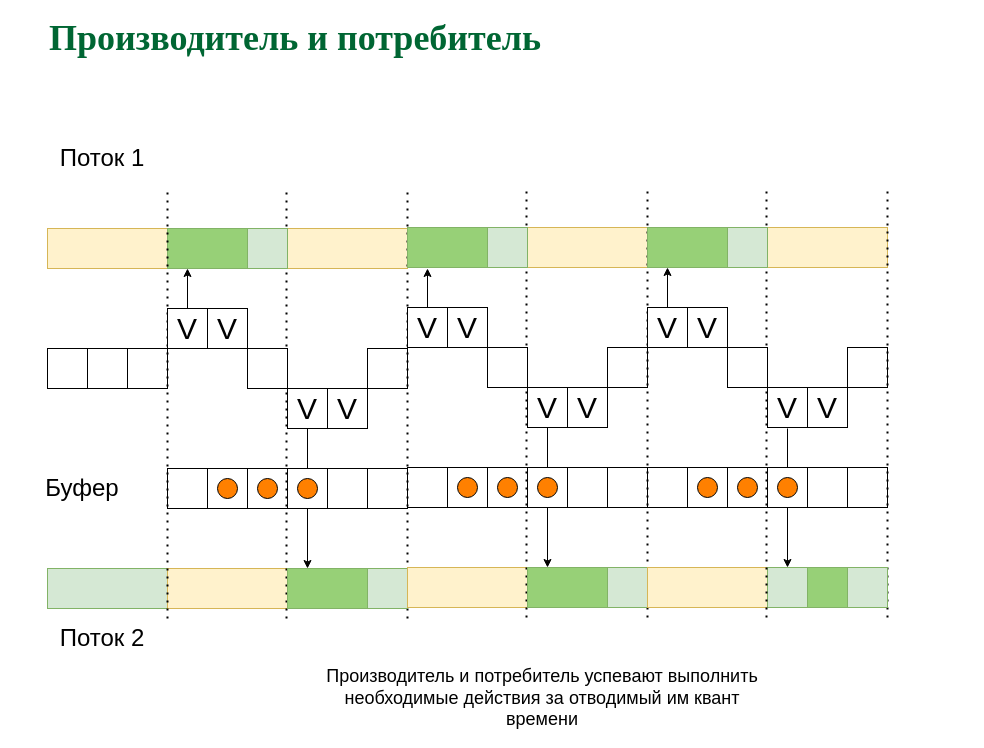
The draw.io diagram page "ProCon" (3 of 5) of sync.drawio in 77maxikov/os_course, before the edit. Source tidied: cells renumbered, new cells numbered last; positions are measured from the earlier drawing's top-left corner, leaving out a move shared by most shapes. Both pictures are drawn from the tidied source at 100%, with x=0, y=0 at pixel (17, 28).
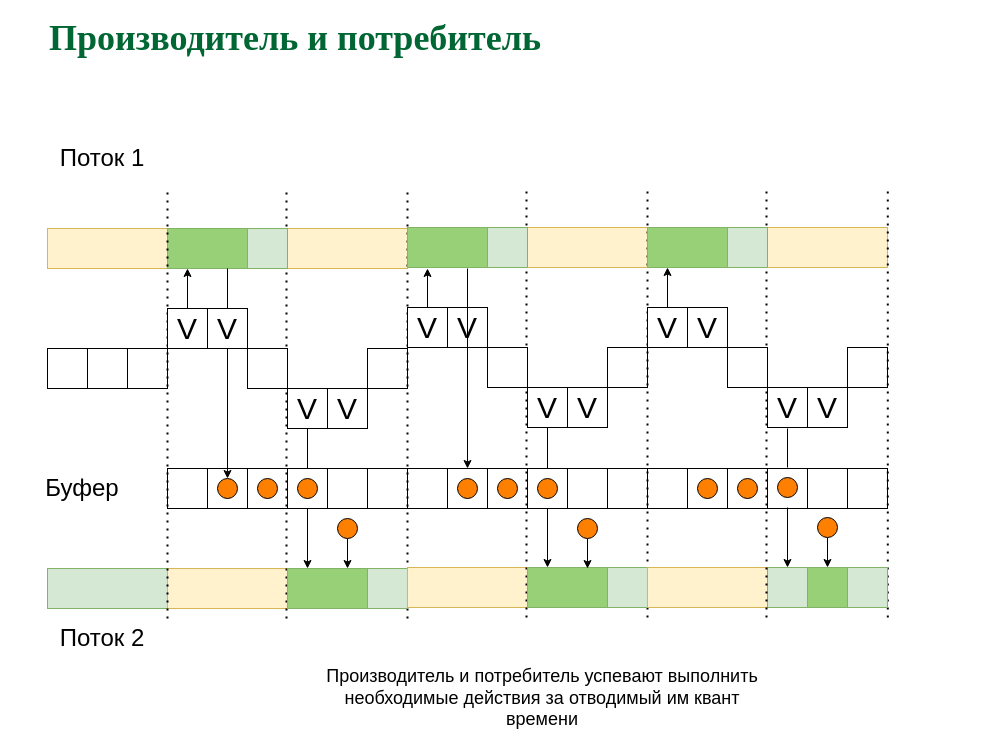
Above is the later version.

The change refers to these unchanged cells:
```xml
<mxCell id="4" style="rounded=0;whiteSpace=wrap;html=1;strokeColor=#82b366;fillColor=#97D077;" parent="1" vertex="1">
  <mxGeometry x="150" y="200" width="80" height="40" as="geometry" />
</mxCell>
<mxCell id="27" style="ellipse;whiteSpace=wrap;html=1;fontColor=#006633;fillColor=#FF8000;" parent="24" vertex="1">
  <mxGeometry x="10" y="10" width="20" height="20" as="geometry" />
</mxCell>
<mxCell id="37" style="rounded=0;whiteSpace=wrap;html=1;strokeColor=#82b366;fillColor=#97D077;" parent="1" vertex="1">
  <mxGeometry x="270" y="540" width="80" height="40" as="geometry" />
</mxCell>
<mxCell id="54" style="rounded=0;whiteSpace=wrap;html=1;fillColor=none;fontColor=#006633;" parent="53" vertex="1">
  <mxGeometry width="40" height="40" as="geometry" />
</mxCell>
```

The edit, as a diff of the source:
```diff
@@
+    <mxCell id="109" style="endArrow=classic;html=1;exitX=0.5;exitY=1;exitDx=0;exitDy=0;entryX=0.75;entryY=0;entryDx=0;entryDy=0;" parent="1" edge="1" source="111" target="37">
+      <mxGeometry relative="1" as="geometry" />
+    </mxCell>
@@
-    <mxCell id="5" value="&lt;font style=&quot;font-size: 30px&quot;&gt;V&lt;/font&gt;" style="whiteSpace=wrap;html=1;" parent="1" vertex="1">
-      <mxGeometry x="190" y="280" width="40" height="40" as="geometry" />
-    </mxCell>
@@
-    <mxCell id="36" style="rounded=0;whiteSpace=wrap;html=1;fillColor=none;fontColor=#006633;" parent="1" vertex="1">
+    <mxCell id="36" style="rounded=0;whiteSpace=wrap;html=1;fontColor=#006633;" parent="1" vertex="1">
       <mxGeometry x="310" y="440" width="40" height="40" as="geometry" />
     </mxCell>
@@
     <mxCell id="52" style="rounded=0;whiteSpace=wrap;html=1;fillColor=none;fontColor=#006633;" parent="1" vertex="1">
-      <mxGeometry x="390" y="439" width="40" height="40" as="geometry" />
+      <mxGeometry x="390" y="440" width="40" height="40" as="geometry" />
     </mxCell>
     <mxCell id="53" style="group;" parent="1" vertex="1">
-      <mxGeometry x="430" y="439" width="40" height="40" as="geometry" />
+      <mxGeometry x="430" y="440" width="40" height="40" as="geometry" />
     </mxCell>
@@
     <mxCell id="57" style="group;" parent="1" vertex="1">
-      <mxGeometry x="470" y="439" width="40" height="40" as="geometry" />
+      <mxGeometry x="470" y="440" width="40" height="40" as="geometry" />
     </mxCell>
@@
     <mxCell id="61" style="group;fillColor=#ffffff;" parent="1" vertex="1">
-      <mxGeometry x="510" y="439" width="40" height="40" as="geometry" />
+      <mxGeometry x="510" y="440" width="40" height="40" as="geometry" />
     </mxCell>
@@
-    <mxCell id="65" style="rounded=0;whiteSpace=wrap;html=1;fillColor=none;fontColor=#006633;" parent="1" vertex="1">
-      <mxGeometry x="550" y="439" width="40" height="40" as="geometry" />
-    </mxCell>
@@
-    <mxCell id="68" style="rounded=0;whiteSpace=wrap;html=1;fillColor=none;fontColor=#006633;" parent="1" vertex="1">
-      <mxGeometry x="590" y="439" width="40" height="40" as="geometry" />
-    </mxCell>
@@
     <mxCell id="79" style="endArrow=none;dashed=1;html=1;dashPattern=1 3;strokeWidth=2;" parent="1" edge="1">
       <mxGeometry relative="1" as="geometry">
-        <mxPoint x="870" y="589" as="sourcePoint" />
-        <mxPoint x="870" y="159" as="targetPoint" />
+        <mxPoint x="870.3" y="589" as="sourcePoint" />
+        <mxPoint x="870.3" y="159" as="targetPoint" />
       </mxGeometry>
     </mxCell>
@@
+    <mxCell id="91" style="group;fillColor=#ffffff;" parent="1" vertex="1">
+      <mxGeometry x="750" y="439" width="40" height="40" as="geometry" />
+    </mxCell>
+    <mxCell id="92" style="rounded=0;whiteSpace=wrap;html=1;fillColor=none;fontColor=#006633;" parent="91" vertex="1">
+      <mxGeometry y="1" width="40" height="40" as="geometry" />
+    </mxCell>
+    <mxCell id="93" style="edgeStyle=orthogonalEdgeStyle;rounded=0;orthogonalLoop=1;jettySize=auto;html=1;exitX=0.5;exitY=1;exitDx=0;exitDy=0;fontColor=#006633;" parent="91" edge="1" source="92" target="92">
+      <mxGeometry relative="1" as="geometry" />
+    </mxCell>
+    <mxCell id="94" style="ellipse;whiteSpace=wrap;html=1;fontColor=#006633;fillColor=#FF8000;" parent="91" vertex="1">
+      <mxGeometry x="10" y="10" width="20" height="20" as="geometry" />
+    </mxCell>
+    <mxCell id="65" style="rounded=0;whiteSpace=wrap;html=1;fillColor=none;fontColor=#006633;" parent="91" vertex="1">
+      <mxGeometry x="-200" y="1" width="40" height="40" as="geometry" />
+    </mxCell>
+    <mxCell id="68" style="rounded=0;whiteSpace=wrap;html=1;fillColor=none;fontColor=#006633;" parent="91" vertex="1">
+      <mxGeometry x="-160" y="1" width="40" height="40" as="geometry" />
+    </mxCell>
-    <mxCell id="82" style="rounded=0;whiteSpace=wrap;html=1;fillColor=none;fontColor=#006633;" parent="1" vertex="1">
-      <mxGeometry x="630" y="439" width="40" height="40" as="geometry" />
+    <mxCell id="82" style="rounded=0;whiteSpace=wrap;html=1;fillColor=none;fontColor=#006633;" parent="91" vertex="1">
+      <mxGeometry x="-120" y="1" width="40" height="40" as="geometry" />
     </mxCell>
-    <mxCell id="83" style="group;" parent="1" vertex="1">
-      <mxGeometry x="670" y="439" width="40" height="40" as="geometry" />
+    <mxCell id="83" style="group;" parent="91" vertex="1">
+      <mxGeometry x="-80" y="1" width="40" height="40" as="geometry" />
     </mxCell>
@@
-    <mxCell id="87" style="group;" parent="1" vertex="1">
-      <mxGeometry x="710" y="439" width="40" height="40" as="geometry" />
+    <mxCell id="87" style="group;" parent="91" vertex="1">
+      <mxGeometry x="-40" y="1" width="40" height="40" as="geometry" />
     </mxCell>
@@
-    <mxCell id="91" style="group;fillColor=#ffffff;" parent="1" vertex="1">
-      <mxGeometry x="750" y="439" width="40" height="40" as="geometry" />
-    </mxCell>
-    <mxCell id="92" style="rounded=0;whiteSpace=wrap;html=1;fillColor=none;fontColor=#006633;" parent="91" vertex="1">
-      <mxGeometry width="40" height="40" as="geometry" />
-    </mxCell>
-    <mxCell id="93" style="edgeStyle=orthogonalEdgeStyle;rounded=0;orthogonalLoop=1;jettySize=auto;html=1;exitX=0.5;exitY=1;exitDx=0;exitDy=0;fontColor=#006633;" parent="91" edge="1" source="92" target="92">
-      <mxGeometry relative="1" as="geometry" />
-    </mxCell>
-    <mxCell id="94" style="ellipse;whiteSpace=wrap;html=1;fontColor=#006633;fillColor=#FF8000;" parent="91" vertex="1">
-      <mxGeometry x="10" y="10" width="20" height="20" as="geometry" />
-    </mxCell>
     <mxCell id="95" style="rounded=0;whiteSpace=wrap;html=1;fillColor=none;fontColor=#006633;" parent="1" vertex="1">
-      <mxGeometry x="790" y="439" width="40" height="40" as="geometry" />
+      <mxGeometry x="790" y="440" width="40" height="40" as="geometry" />
     </mxCell>
@@
     <mxCell id="98" style="rounded=0;whiteSpace=wrap;html=1;fillColor=none;fontColor=#006633;" parent="1" vertex="1">
-      <mxGeometry x="830" y="439" width="40" height="40" as="geometry" />
+      <mxGeometry x="830" y="440" width="40" height="40" as="geometry" />
     </mxCell>
@@
+    <mxCell id="110" style="endArrow=classic;html=1;exitX=0.75;exitY=1;exitDx=0;exitDy=0;" parent="1" edge="1" source="4" target="27">
+      <mxGeometry relative="1" as="geometry" />
+    </mxCell>
+    <mxCell id="5" value="&lt;font style=&quot;font-size: 30px&quot;&gt;V&lt;/font&gt;" style="whiteSpace=wrap;html=1;" parent="1" vertex="1">
+      <mxGeometry x="190" y="280" width="40" height="40" as="geometry" />
+    </mxCell>
+    <mxCell id="111" style="ellipse;whiteSpace=wrap;html=1;fillColor=#FF8000;" parent="1" vertex="1">
+      <mxGeometry x="320" y="490" width="20" height="20" as="geometry" />
+    </mxCell>
+    <mxCell id="112" style="endArrow=classic;html=1;entryX=0.5;entryY=0;entryDx=0;entryDy=0;" parent="1" edge="1" target="54">
+      <mxGeometry relative="1" as="geometry">
+        <mxPoint x="450" y="240" as="sourcePoint" />
+      </mxGeometry>
+    </mxCell>
+    <mxCell id="113" style="endArrow=classic;html=1;exitX=0.5;exitY=1;exitDx=0;exitDy=0;entryX=0.75;entryY=0;entryDx=0;entryDy=0;" parent="1" edge="1" source="114">
+      <mxGeometry relative="1" as="geometry">
+        <mxPoint x="570" y="540" as="targetPoint" />
+      </mxGeometry>
+    </mxCell>
+    <mxCell id="114" style="ellipse;whiteSpace=wrap;html=1;fillColor=#FF8000;" parent="1" vertex="1">
+      <mxGeometry x="560" y="490" width="20" height="20" as="geometry" />
+    </mxCell>
+    <mxCell id="115" style="endArrow=classic;html=1;exitX=0.5;exitY=1;exitDx=0;exitDy=0;entryX=0.75;entryY=0;entryDx=0;entryDy=0;" parent="1" edge="1" source="116">
+      <mxGeometry relative="1" as="geometry">
+        <mxPoint x="810" y="539" as="targetPoint" />
+      </mxGeometry>
+    </mxCell>
+    <mxCell id="116" style="ellipse;whiteSpace=wrap;html=1;fillColor=#FF8000;" parent="1" vertex="1">
+      <mxGeometry x="800" y="489" width="20" height="20" as="geometry" />
+    </mxCell>
```
